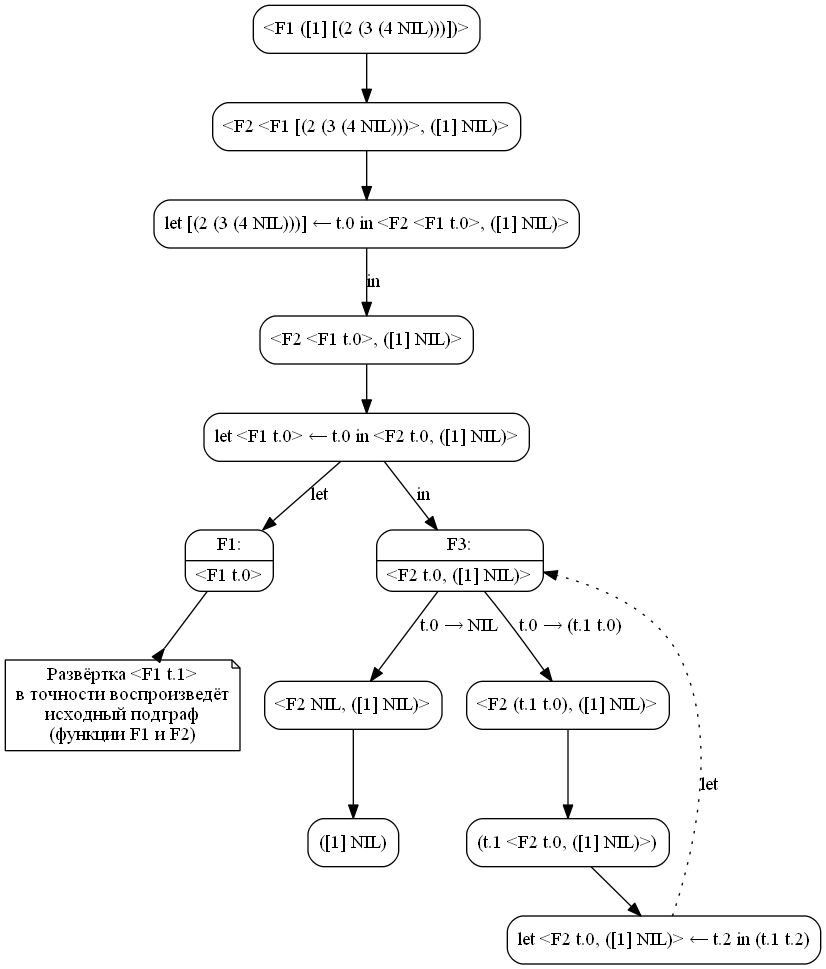
The Graphviz diagram pics/7020-nrev.png in Mazdaywik/mazdaywik.github.io, before a commit. Its source is kept beside it as pics/7020-nrev.dot.
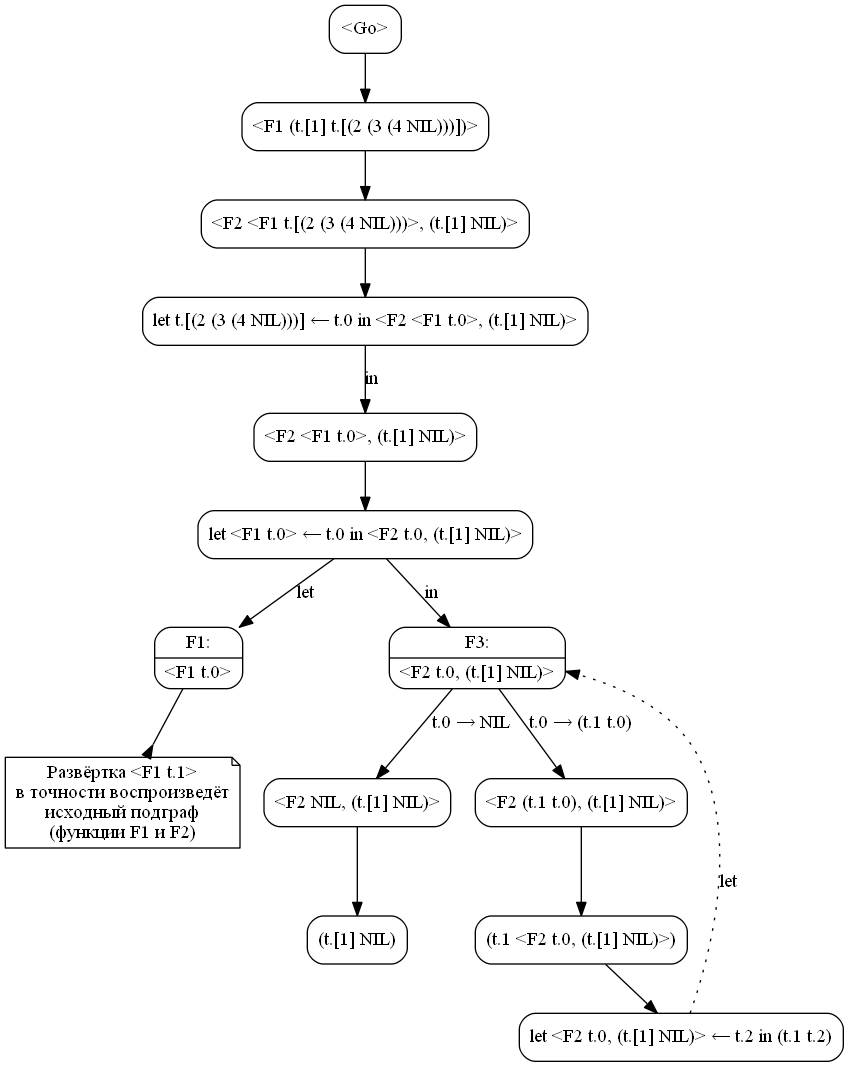
Above is the later version.

What changed in the source:
```diff
@@ -1,31 +1,33 @@
 digraph {
   node [shape=box, style=rounded];
 
-  C1 [label="<F1 ([1] [(2 (3 (4 NIL)))])>"];
-  C2 [label="<F2 <F1 [(2 (3 (4 NIL)))>, ([1] NIL)>"];
+  Go [label="<Go>"];
+  C1 [label="<F1 (t.[1] t.[(2 (3 (4 NIL)))])>"];
+  Go -> C1;
+  C2 [label="<F2 <F1 t.[(2 (3 (4 NIL)))>, (t.[1] NIL)>"];
   C1 -> C2;
-  C3 [label="let [(2 (3 (4 NIL)))] ← t.0 in <F2 <F1 t.0>, ([1] NIL)>"];
+  C3 [label="let t.[(2 (3 (4 NIL)))] ← t.0 in <F2 <F1 t.0>, (t.[1] NIL)>"];
   C2 -> C3;
-  C4 [label="<F2 <F1 t.0>, ([1] NIL)>"];
+  C4 [label="<F2 <F1 t.0>, (t.[1] NIL)>"];
   C3 -> C4 [label="in"];
-  C5 [label="let <F1 t.0> ← t.0 in <F2 t.0, ([1] NIL)>"];
+  C5 [label="let <F1 t.0> ← t.0 in <F2 t.0, (t.[1] NIL)>"];
   C4 -> C5;
   F1 [shape=record, label="{F1:|\<F1 t.0\>}"];
   C5 -> F1 [label="let"];
   N1 [shape=note,
     label="Развёртка <F1 t.1>\nв точности воспроизведёт\nисходный подграф\n(функции F1 и F2)"];
   F1 -> N1 [arrowhead="inv"];
-  F3 [shape=record, label="{F3:|\<F2 t.0, ([1] NIL)\>}"];
+  F3 [shape=record, label="{F3:|\<F2 t.0, (t.[1] NIL)\>}"];
   C5 -> F3 [label="in"];
-  C6 [label="<F2 NIL, ([1] NIL)>"];
+  C6 [label="<F2 NIL, (t.[1] NIL)>"];
   F3 -> C6 [label="t.0 → NIL"];
-  C7 [label="([1] NIL)"];
+  C7 [label="(t.[1] NIL)"];
   C6 -> C7;
-  C8 [label="<F2 (t.1 t.0), ([1] NIL)>"];
+  C8 [label="<F2 (t.1 t.0), (t.[1] NIL)>"];
   F3 -> C8 [label="t.0 → (t.1 t.0)"];
-  C9 [label="(t.1 <F2 t.0, ([1] NIL)>)"];
+  C9 [label="(t.1 <F2 t.0, (t.[1] NIL)>)"];
   C8 -> C9;
-  C10 [label="let <F2 t.0, ([1] NIL)> ← t.2 in (t.1 t.2)"];
+  C10 [label="let <F2 t.0, (t.[1] NIL)> ← t.2 in (t.1 t.2)"];
   C9 -> C10;
   C10 -> F3 [label="let", style=dotted];
 }
```
